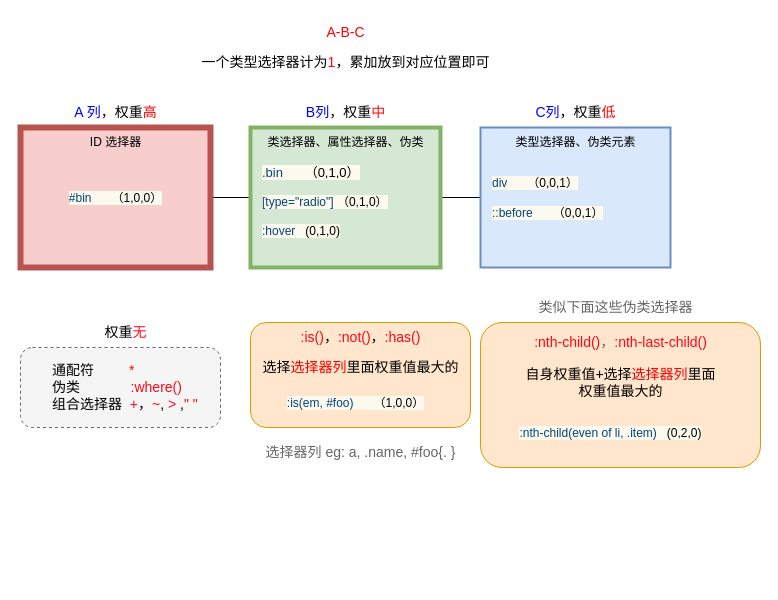
wbbhacker/drawFile keeps this draw.io diagram as javascript/css特异性权重.drawio. Above is the earlier version. Source tidied: cells renumbered, new cells numbered last; positions are measured from the earlier drawing's top-left corner, leaving out a move shared by most shapes. Both pictures are drawn from the tidied source at 100%, with x=0, y=0 at pixel (20, 17).
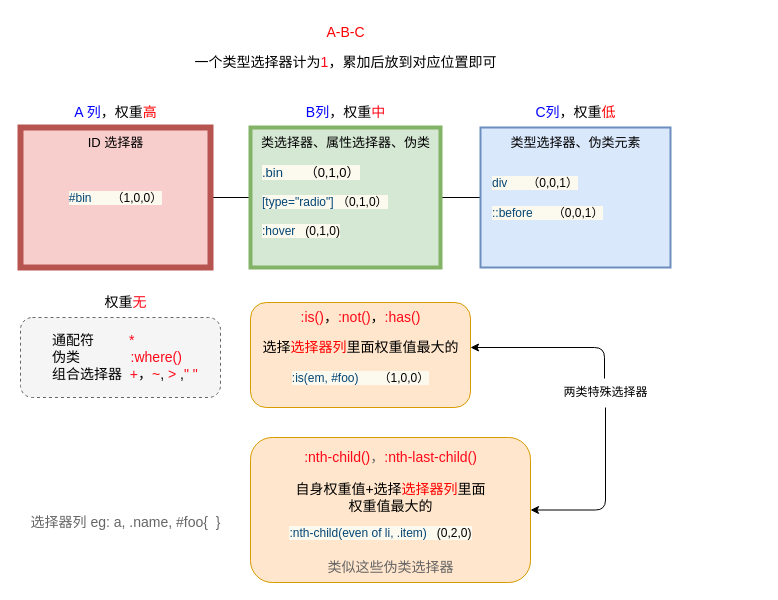
The same diagram, later.

Commit message:
更新css特异性权重.drawio

What changed in the source:
```diff
@@
-    <mxCell id="4" value="&lt;span style=&quot;&quot;&gt;ID 选择器&lt;/span&gt;" style="text;html=1;align=center;verticalAlign=middle;strokeColor=none;fillColor=none;" parent="1" vertex="1">
-      <mxGeometry x="60" y="110" width="70" height="30" as="geometry" />
+    <mxCell id="4" value="&lt;span style=&quot;&quot;&gt;&lt;font style=&quot;font-size: 13px;&quot;&gt;ID 选择器&lt;/font&gt;&lt;/span&gt;" style="text;html=1;align=center;verticalAlign=middle;strokeColor=none;fillColor=none;" parent="1" vertex="1">
+      <mxGeometry x="55" y="110" width="80" height="30" as="geometry" />
     </mxCell>
@@
-    <mxCell id="8" value="类型选择器、伪类元素" style="text;html=1;align=center;verticalAlign=middle;strokeColor=none;fillColor=none;" parent="1" vertex="1">
-      <mxGeometry x="485" y="110" width="140" height="30" as="geometry" />
+    <mxCell id="8" value="&lt;font style=&quot;font-size: 13px;&quot;&gt;类型选择器、伪类元素&lt;/font&gt;" style="text;html=1;align=center;verticalAlign=middle;strokeColor=none;fillColor=none;" parent="1" vertex="1">
+      <mxGeometry x="480" y="110" width="150" height="30" as="geometry" />
     </mxCell>
@@
-    <mxCell id="12" value="类选择器、属性选择器、伪类" style="text;html=1;align=center;verticalAlign=middle;strokeColor=none;fillColor=none;" parent="1" vertex="1">
-      <mxGeometry x="235" y="110" width="180" height="30" as="geometry" />
+    <mxCell id="12" value="&lt;font style=&quot;font-size: 13px;&quot;&gt;类选择器、属性选择器、伪类&lt;/font&gt;" style="text;html=1;align=center;verticalAlign=middle;strokeColor=none;fillColor=none;" parent="1" vertex="1">
+      <mxGeometry x="230" y="110" width="190" height="30" as="geometry" />
     </mxCell>
-    <mxCell id="13" style="rounded=1;whiteSpace=wrap;html=1;strokeWidth=1;fontSize=14;fontColor=#333333;dashed=1;fillColor=#f5f5f5;strokeColor=#666666;" parent="1" vertex="1">
-      <mxGeometry y="330" width="200" height="80" as="geometry" />
-    </mxCell>
-    <mxCell id="14" value="&lt;font color=&quot;#000000&quot;&gt;权重&lt;/font&gt;&lt;font color=&quot;#ff0818&quot;&gt;无&lt;/font&gt;" style="text;html=1;align=center;verticalAlign=middle;strokeColor=none;fillColor=none;fontSize=14;fontColor=#0000FF;" parent="1" vertex="1">
-      <mxGeometry x="70" y="300" width="70" height="30" as="geometry" />
-    </mxCell>
-    <mxCell id="15" value="通配符&amp;nbsp; &amp;nbsp; &amp;nbsp; &amp;nbsp; &amp;nbsp;&lt;font color=&quot;#ff0818&quot;&gt;*&lt;/font&gt;&lt;br style=&quot;font-size: 14px;&quot;&gt;伪类&amp;nbsp; &amp;nbsp; &amp;nbsp; &amp;nbsp; &amp;nbsp; &amp;nbsp; &amp;nbsp;&lt;font color=&quot;#ff0818&quot;&gt;:where()&lt;/font&gt;&lt;br&gt;组合选择器&amp;nbsp; &lt;font color=&quot;#ff0818&quot;&gt;+&lt;/font&gt;，&lt;font color=&quot;#ff0000&quot;&gt;~&lt;/font&gt;, &lt;font color=&quot;#ff0818&quot;&gt;&amp;gt;&lt;/font&gt; ,&lt;font color=&quot;#ff0818&quot;&gt;&quot; &quot;&lt;/font&gt;" style="text;html=1;align=left;verticalAlign=middle;strokeColor=none;fillColor=none;fontSize=14;fontColor=#000000;spacingTop=0;" parent="1" vertex="1">
-      <mxGeometry x="30" y="340" width="170" height="60" as="geometry" />
-    </mxCell>
     <mxCell id="16" style="rounded=1;whiteSpace=wrap;html=1;strokeWidth=1;fontSize=14;strokeColor=#d79b00;fillColor=#ffe6cc;" parent="1" vertex="1">
-      <mxGeometry x="230" y="305" width="220" height="105" as="geometry" />
+      <mxGeometry x="230" y="285" width="220" height="105" as="geometry" />
     </mxCell>
     <mxCell id="17" value=":is()&lt;font color=&quot;#000000&quot;&gt;，&lt;/font&gt;:not()&lt;font color=&quot;#000000&quot;&gt;，&lt;/font&gt;:has()" style="text;html=1;align=center;verticalAlign=middle;strokeColor=none;fillColor=none;fontSize=14;fontColor=#FF0818;" parent="1" vertex="1">
-      <mxGeometry x="270" y="305" width="140" height="30" as="geometry" />
+      <mxGeometry x="270" y="285" width="140" height="30" as="geometry" />
     </mxCell>
+    <mxCell id="36" style="edgeStyle=orthogonalEdgeStyle;rounded=1;jettySize=auto;html=1;entryX=0.491;entryY=0.033;entryDx=0;entryDy=0;entryPerimeter=0;fontSize=12;fontColor=#000000;endArrow=none;endFill=0;startArrow=classic;startFill=1;" parent="1" edge="1" source="18" target="38">
+      <mxGeometry relative="1" as="geometry" />
+    </mxCell>
     <mxCell id="18" value="选择&lt;font color=&quot;#ff0000&quot;&gt;选择器列&lt;/font&gt;里面权重值最大的" style="text;html=1;align=center;verticalAlign=middle;points=[];strokeColor=none;fillColor=none;fontSize=14;fontColor=#000000;" parent="1" vertex="1">
-      <mxGeometry x="230" y="335" width="220" height="30" as="geometry" />
+      <mxGeometry x="230" y="315" width="220" height="30" as="geometry" />
     </mxCell>
     <mxCell id="19" value="&lt;font style=&quot;font-size: 12px;&quot;&gt;&lt;span style=&quot;color: rgb(3, 69, 117); font-family: sans-serif; text-align: left; background-color: rgb(252, 250, 238);&quot;&gt;:is(em, #foo)&amp;nbsp; &amp;nbsp; &amp;nbsp; &lt;/span&gt;&lt;span style=&quot;font-family: sans-serif; text-align: left; background-color: rgb(252, 250, 238);&quot;&gt;&lt;font style=&quot;font-size: 12px;&quot; color=&quot;#000000&quot;&gt;（1,0,0）&lt;/font&gt;&lt;/span&gt;&lt;/font&gt;" style="text;html=1;align=center;verticalAlign=middle;strokeColor=none;fillColor=none;fontSize=14;fontColor=#FF0000;" parent="1" vertex="1">
-      <mxGeometry x="250" y="370" width="170" height="30" as="geometry" />
+      <mxGeometry x="255" y="345" width="170" height="30" as="geometry" />
     </mxCell>
+    <mxCell id="37" style="edgeStyle=orthogonalEdgeStyle;rounded=1;jettySize=auto;html=1;exitX=1;exitY=0.5;exitDx=0;exitDy=0;fontSize=12;fontColor=#000000;endArrow=none;endFill=0;startArrow=classic;startFill=1;" parent="1" edge="1" source="20" target="38">
+      <mxGeometry relative="1" as="geometry" />
+    </mxCell>
     <mxCell id="20" style="rounded=1;whiteSpace=wrap;html=1;strokeWidth=1;fontSize=14;strokeColor=#d79b00;fillColor=#ffe6cc;" parent="1" vertex="1">
-      <mxGeometry x="460" y="305" width="280" height="145" as="geometry" />
+      <mxGeometry x="230" y="420" width="280" height="145" as="geometry" />
     </mxCell>
@@
-    <mxCell id="22" value="&lt;font color=&quot;#666666&quot;&gt;选择器列 eg: a, .name, #foo{. }&lt;/font&gt;" style="text;html=1;align=center;verticalAlign=middle;strokeColor=none;fillColor=none;fontSize=14;fontColor=#FF0000;" parent="1" vertex="1">
-      <mxGeometry x="235" y="420" width="210" height="30" as="geometry" />
+    <mxCell id="22" value="&lt;font color=&quot;#666666&quot;&gt;选择器列 eg: a, .name, #foo{&amp;nbsp; }&lt;/font&gt;" style="text;html=1;align=center;verticalAlign=middle;strokeColor=none;fillColor=none;fontSize=14;fontColor=#FF0000;" parent="1" vertex="1">
+      <mxGeometry y="490" width="210" height="30" as="geometry" />
     </mxCell>
     <mxCell id="23" value="&lt;font color=&quot;#ff0818&quot;&gt;:nth-child()&lt;/font&gt;，&lt;font color=&quot;#ff0818&quot;&gt;:nth-last-child()&lt;/font&gt;" style="text;html=1;align=center;verticalAlign=middle;strokeColor=none;fillColor=none;fontSize=14;fontColor=#666666;" parent="1" vertex="1">
-      <mxGeometry x="500" y="310" width="200" height="30" as="geometry" />
+      <mxGeometry x="270" y="425" width="200" height="30" as="geometry" />
     </mxCell>
-    <mxCell id="24" value="&lt;font color=&quot;#666666&quot;&gt;类似下面这些伪类选择器&lt;/font&gt;" style="text;html=1;align=center;verticalAlign=middle;strokeColor=none;fillColor=none;fontSize=14;fontColor=#FF0818;" parent="1" vertex="1">
-      <mxGeometry x="505" y="275" width="180" height="30" as="geometry" />
+    <mxCell id="24" value="&lt;font color=&quot;#666666&quot;&gt;类似这些伪类选择器&lt;/font&gt;" style="text;html=1;align=center;verticalAlign=middle;strokeColor=none;fillColor=none;fontSize=14;fontColor=#FF0818;" parent="1" vertex="1">
+      <mxGeometry x="295" y="535" width="150" height="30" as="geometry" />
     </mxCell>
     <mxCell id="25" value="自身权重值+选择&lt;font color=&quot;#ff0000&quot;&gt;选择器列&lt;/font&gt;里面&lt;br&gt;权重值最大的" style="text;html=1;align=center;verticalAlign=middle;strokeColor=none;fillColor=none;fontSize=14;fontColor=#000000;" parent="1" vertex="1">
-      <mxGeometry x="495" y="340" width="210" height="50" as="geometry" />
+      <mxGeometry x="265" y="455" width="210" height="50" as="geometry" />
     </mxCell>
     <mxCell id="26" value="&lt;font style=&quot;font-size: 12px;&quot;&gt;&lt;span style=&quot;color: rgb(3, 69, 117); font-family: sans-serif; text-align: left; background-color: rgb(252, 250, 238);&quot;&gt;:nth-child(even of li, .item)&amp;nbsp; &amp;nbsp;&lt;/span&gt;&lt;span style=&quot;color: rgb(0, 0, 0); font-family: sans-serif; text-align: left; background-color: rgb(252, 250, 238);&quot;&gt;(0,2,0)&lt;/span&gt;&lt;/font&gt;" style="text;html=1;align=center;verticalAlign=middle;strokeColor=none;fillColor=none;fontSize=14;fontColor=#666666;" parent="1" vertex="1">
-      <mxGeometry x="480" y="400" width="220" height="30" as="geometry" />
+      <mxGeometry x="250" y="500" width="220" height="30" as="geometry" />
     </mxCell>
-    <mxCell id="27" value="一个类型选择器计为&lt;font color=&quot;#ff0818&quot;&gt;1&lt;/font&gt;，累加放到对应位置即可" style="text;html=1;align=center;verticalAlign=middle;strokeColor=none;fillColor=none;fontSize=14;fontColor=#000000;" parent="1" vertex="1">
-      <mxGeometry x="170" y="30" width="310" height="30" as="geometry" />
+    <mxCell id="27" value="一个类型选择器计为&lt;font color=&quot;#ff0818&quot;&gt;1&lt;/font&gt;，累加后放到对应位置即可" style="text;html=1;align=center;verticalAlign=middle;strokeColor=none;fillColor=none;fontSize=14;fontColor=#000000;" parent="1" vertex="1">
+      <mxGeometry x="160" y="30" width="330" height="30" as="geometry" />
     </mxCell>
@@
+    <mxCell id="38" value="两类特殊选择器" style="text;html=1;align=center;verticalAlign=middle;points=[];strokeColor=none;fillColor=none;fontSize=12;fontColor=#000000;" parent="1" vertex="1">
+      <mxGeometry x="530" y="360" width="110" height="30" as="geometry" />
+    </mxCell>
+    <mxCell id="39" style="group;" parent="1" vertex="1">
+      <mxGeometry y="270" width="200" height="110" as="geometry" />
+    </mxCell>
+    <mxCell id="13" style="rounded=1;whiteSpace=wrap;html=1;strokeWidth=1;fontSize=14;fontColor=#333333;dashed=1;fillColor=#f5f5f5;strokeColor=#666666;" parent="39" vertex="1">
+      <mxGeometry y="30" width="200" height="80" as="geometry" />
+    </mxCell>
+    <mxCell id="14" value="&lt;font color=&quot;#000000&quot;&gt;权重&lt;/font&gt;&lt;font color=&quot;#ff0818&quot;&gt;无&lt;/font&gt;" style="text;html=1;align=center;verticalAlign=middle;strokeColor=none;fillColor=none;fontSize=14;fontColor=#0000FF;" parent="39" vertex="1">
+      <mxGeometry x="70" width="70" height="30" as="geometry" />
+    </mxCell>
+    <mxCell id="15" value="通配符&amp;nbsp; &amp;nbsp; &amp;nbsp; &amp;nbsp; &amp;nbsp;&lt;font color=&quot;#ff0818&quot;&gt;*&lt;/font&gt;&lt;br style=&quot;font-size: 14px;&quot;&gt;伪类&amp;nbsp; &amp;nbsp; &amp;nbsp; &amp;nbsp; &amp;nbsp; &amp;nbsp; &amp;nbsp;&lt;font color=&quot;#ff0818&quot;&gt;:where()&lt;/font&gt;&lt;br&gt;组合选择器&amp;nbsp; &lt;font color=&quot;#ff0818&quot;&gt;+&lt;/font&gt;，&lt;font color=&quot;#ff0000&quot;&gt;~&lt;/font&gt;, &lt;font color=&quot;#ff0818&quot;&gt;&amp;gt;&lt;/font&gt; ,&lt;font color=&quot;#ff0818&quot;&gt;&quot; &quot;&lt;/font&gt;" style="text;html=1;align=left;verticalAlign=middle;strokeColor=none;fillColor=none;fontSize=14;fontColor=#000000;spacingTop=0;" parent="39" vertex="1">
+      <mxGeometry x="30" y="40" width="170" height="60" as="geometry" />
+    </mxCell>
```
